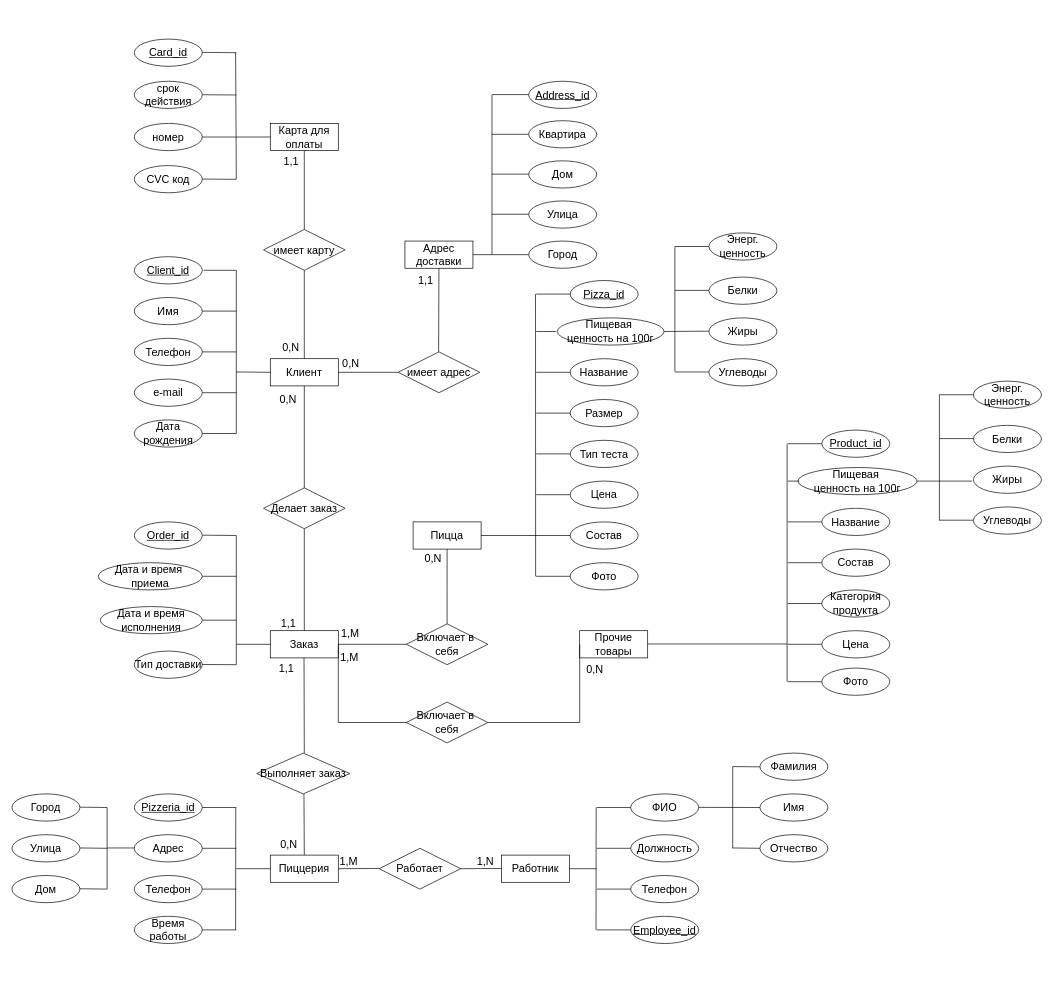
Earlier version of the draw.io diagram er_dodo.drawio (iudinads/ER-diagrams). Source tidied: cells renumbered, new cells numbered last; positions are measured from the earlier drawing's top-left corner, leaving out a move shared by most shapes. Both pictures are drawn from the tidied source at 68%, with x=0, y=0 at pixel (12, 39).
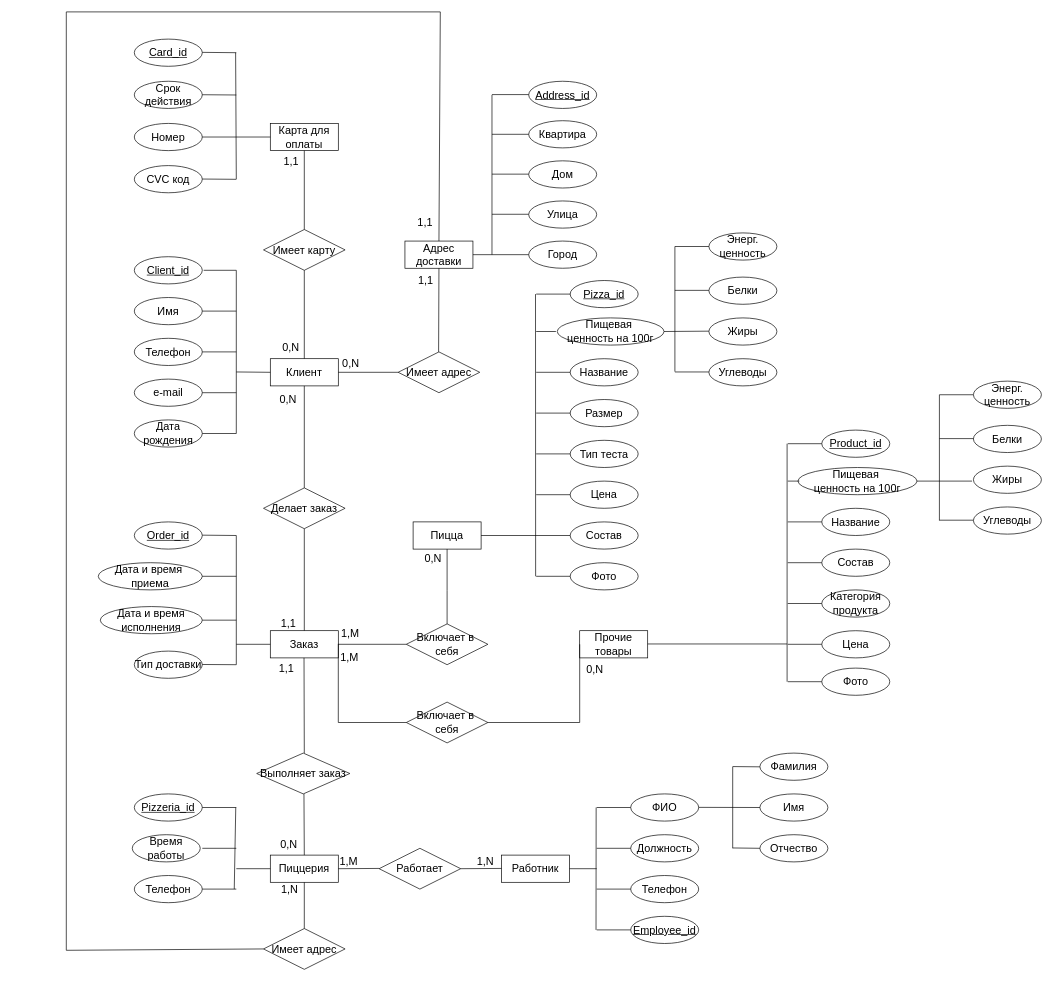
The same diagram, later.

Unchanged cells that the change refers to:
```xml
<mxCell id="30" value="Пиццерия" style="whiteSpace=wrap;html=1;align=center;fontSize=16;" parent="1" vertex="1">
  <mxGeometry x="380" y="1200" width="100" height="40" as="geometry" />
</mxCell>
<mxCell id="155" value="Адрес доставки" style="whiteSpace=wrap;html=1;align=center;fontSize=16;" parent="1" vertex="1">
  <mxGeometry x="578" y="297" width="100" height="40" as="geometry" />
</mxCell>
```

Change to the diagram source:
```diff
@@
-    <mxCell id="32" value="Город" style="ellipse;whiteSpace=wrap;html=1;align=center;fontSize=16;" parent="1" vertex="1">
-      <mxGeometry y="1110" width="100" height="40" as="geometry" />
-    </mxCell>
-    <mxCell id="33" value="Улица" style="ellipse;whiteSpace=wrap;html=1;align=center;fontSize=16;" parent="1" vertex="1">
-      <mxGeometry y="1170" width="100" height="40" as="geometry" />
-    </mxCell>
-    <mxCell id="34" value="Дом" style="ellipse;whiteSpace=wrap;html=1;align=center;fontSize=16;" parent="1" vertex="1">
-      <mxGeometry y="1230" width="100" height="40" as="geometry" />
-    </mxCell>
-    <mxCell id="35" style="endArrow=none;html=1;rounded=0;fontSize=16;" parent="1" edge="1">
-      <mxGeometry relative="1" as="geometry">
-        <mxPoint x="100" y="1129.5" as="sourcePoint" />
-        <mxPoint x="140" y="1130" as="targetPoint" />
-      </mxGeometry>
-    </mxCell>
-    <mxCell id="36" style="endArrow=none;html=1;rounded=0;fontSize=16;" parent="1" edge="1">
-      <mxGeometry relative="1" as="geometry">
-        <mxPoint x="100" y="1189.5" as="sourcePoint" />
-        <mxPoint x="140" y="1190" as="targetPoint" />
-      </mxGeometry>
-    </mxCell>
-    <mxCell id="37" style="endArrow=none;html=1;rounded=0;fontSize=16;" parent="1" edge="1">
-      <mxGeometry relative="1" as="geometry">
-        <mxPoint x="100" y="1249.5" as="sourcePoint" />
-        <mxPoint x="140" y="1250" as="targetPoint" />
-      </mxGeometry>
-    </mxCell>
-    <mxCell id="38" style="endArrow=none;html=1;rounded=0;fontSize=16;" parent="1" edge="1">
-      <mxGeometry relative="1" as="geometry">
-        <mxPoint x="140" y="1130" as="sourcePoint" />
-        <mxPoint x="140" y="1250" as="targetPoint" />
-      </mxGeometry>
-    </mxCell>
-    <mxCell id="39" value="Адрес" style="ellipse;whiteSpace=wrap;html=1;align=center;fontSize=16;" parent="1" vertex="1">
-      <mxGeometry x="180" y="1170" width="100" height="40" as="geometry" />
-    </mxCell>
-    <mxCell id="40" style="endArrow=none;html=1;rounded=0;entryX=0;entryY=0.5;entryDx=0;entryDy=0;fontSize=16;" parent="1" edge="1">
-      <mxGeometry relative="1" as="geometry">
-        <mxPoint x="140" y="1189.5" as="sourcePoint" />
-        <mxPoint x="180" y="1189.5" as="targetPoint" />
-      </mxGeometry>
-    </mxCell>
@@
     <mxCell id="42" value="Время работы" style="ellipse;whiteSpace=wrap;html=1;align=center;fontSize=16;" parent="1" vertex="1">
-      <mxGeometry x="180" y="1290" width="100" height="40" as="geometry" />
+      <mxGeometry x="177" y="1170" width="100" height="40" as="geometry" />
     </mxCell>
@@
-    <mxCell id="46" style="line;strokeWidth=1;dashed=0;labelPosition=right;align=left;verticalAlign=middle;spacingTop=0;spacingLeft=6;fontSize=16;" parent="1" vertex="1">
-      <mxGeometry x="280" y="1305" width="50" height="10" as="geometry" />
-    </mxCell>
     <mxCell id="47" style="endArrow=none;html=1;rounded=0;fontSize=16;" parent="1" edge="1">
       <mxGeometry relative="1" as="geometry">
         <mxPoint x="329.2" y="1130" as="sourcePoint" />
-        <mxPoint x="329" y="1310" as="targetPoint" />
+        <mxPoint x="327" y="1250" as="targetPoint" />
       </mxGeometry>
     </mxCell>
@@
-    <mxCell id="141" value="имеет карту" style="shape=rhombus;perimeter=rhombusPerimeter;whiteSpace=wrap;html=1;align=center;fontSize=16;" parent="1" vertex="1">
+    <mxCell id="141" value="Имеет карту" style="shape=rhombus;perimeter=rhombusPerimeter;whiteSpace=wrap;html=1;align=center;fontSize=16;" parent="1" vertex="1">
       <mxGeometry x="370" y="280" width="120" height="60" as="geometry" />
     </mxCell>
@@
-    <mxCell id="146" value="номер" style="ellipse;whiteSpace=wrap;html=1;align=center;fontSize=16;" parent="1" vertex="1">
+    <mxCell id="146" value="Номер" style="ellipse;whiteSpace=wrap;html=1;align=center;fontSize=16;" parent="1" vertex="1">
       <mxGeometry x="180" y="124" width="100" height="40" as="geometry" />
     </mxCell>
@@
-    <mxCell id="150" value="срок действия" style="ellipse;whiteSpace=wrap;html=1;align=center;fontSize=16;" parent="1" vertex="1">
+    <mxCell id="150" value="Срок действия" style="ellipse;whiteSpace=wrap;html=1;align=center;fontSize=16;" parent="1" vertex="1">
       <mxGeometry x="180" y="62" width="100" height="40" as="geometry" />
     </mxCell>
@@
-    <mxCell id="156" value="имеет адрес" style="shape=rhombus;perimeter=rhombusPerimeter;whiteSpace=wrap;html=1;align=center;fontSize=16;" parent="1" vertex="1">
+    <mxCell id="156" value="Имеет адрес" style="shape=rhombus;perimeter=rhombusPerimeter;whiteSpace=wrap;html=1;align=center;fontSize=16;" parent="1" vertex="1">
       <mxGeometry x="568" y="460" width="120" height="60" as="geometry" />
     </mxCell>
@@
+    <mxCell id="172" value="Имеет адрес" style="shape=rhombus;perimeter=rhombusPerimeter;whiteSpace=wrap;html=1;align=center;fontSize=16;" parent="1" vertex="1">
+      <mxGeometry x="370" y="1308" width="120" height="60" as="geometry" />
+    </mxCell>
+    <mxCell id="173" style="endArrow=none;html=1;rounded=0;exitX=0.5;exitY=0;exitDx=0;exitDy=0;entryX=0.5;entryY=1;entryDx=0;entryDy=0;" parent="1" edge="1" source="172" target="30">
+      <mxGeometry relative="1" as="geometry" />
+    </mxCell>
+    <mxCell id="174" value="&lt;font style=&quot;font-size: 16px;&quot;&gt;1,N&lt;/font&gt;" style="html=1;whiteSpace=wrap;align=right;verticalAlign=bottom;fontSize=16;" parent="173" vertex="1">
+      <mxGeometry x="1" relative="1" as="geometry">
+        <mxPoint x="-8" y="21" as="offset" />
+      </mxGeometry>
+    </mxCell>
+    <mxCell id="175" style="endArrow=none;html=1;rounded=0;entryX=0;entryY=0.5;entryDx=0;entryDy=0;" parent="1" edge="1" target="172">
+      <mxGeometry relative="1" as="geometry">
+        <mxPoint x="80" y="1340" as="sourcePoint" />
+      </mxGeometry>
+    </mxCell>
+    <mxCell id="176" style="endArrow=none;html=1;rounded=0;" parent="1" edge="1">
+      <mxGeometry relative="1" as="geometry">
+        <mxPoint x="80" y="1340" as="sourcePoint" />
+        <mxPoint x="80" y="-40" as="targetPoint" />
+      </mxGeometry>
+    </mxCell>
+    <mxCell id="177" style="endArrow=none;html=1;rounded=0;" parent="1" edge="1">
+      <mxGeometry relative="1" as="geometry">
+        <mxPoint x="80" y="-40" as="sourcePoint" />
+        <mxPoint x="630" y="-40" as="targetPoint" />
+      </mxGeometry>
+    </mxCell>
+    <mxCell id="178" style="endArrow=none;html=1;rounded=0;entryX=0.5;entryY=0;entryDx=0;entryDy=0;" parent="1" edge="1" target="155">
+      <mxGeometry relative="1" as="geometry">
+        <mxPoint x="630" y="-40" as="sourcePoint" />
+      </mxGeometry>
+    </mxCell>
+    <mxCell id="179" value="1,1" style="html=1;whiteSpace=wrap;align=right;verticalAlign=bottom;fontSize=16;" parent="178" vertex="1">
+      <mxGeometry x="1" relative="1" as="geometry">
+        <mxPoint x="-8" y="-16" as="offset" />
+      </mxGeometry>
+    </mxCell>
```
